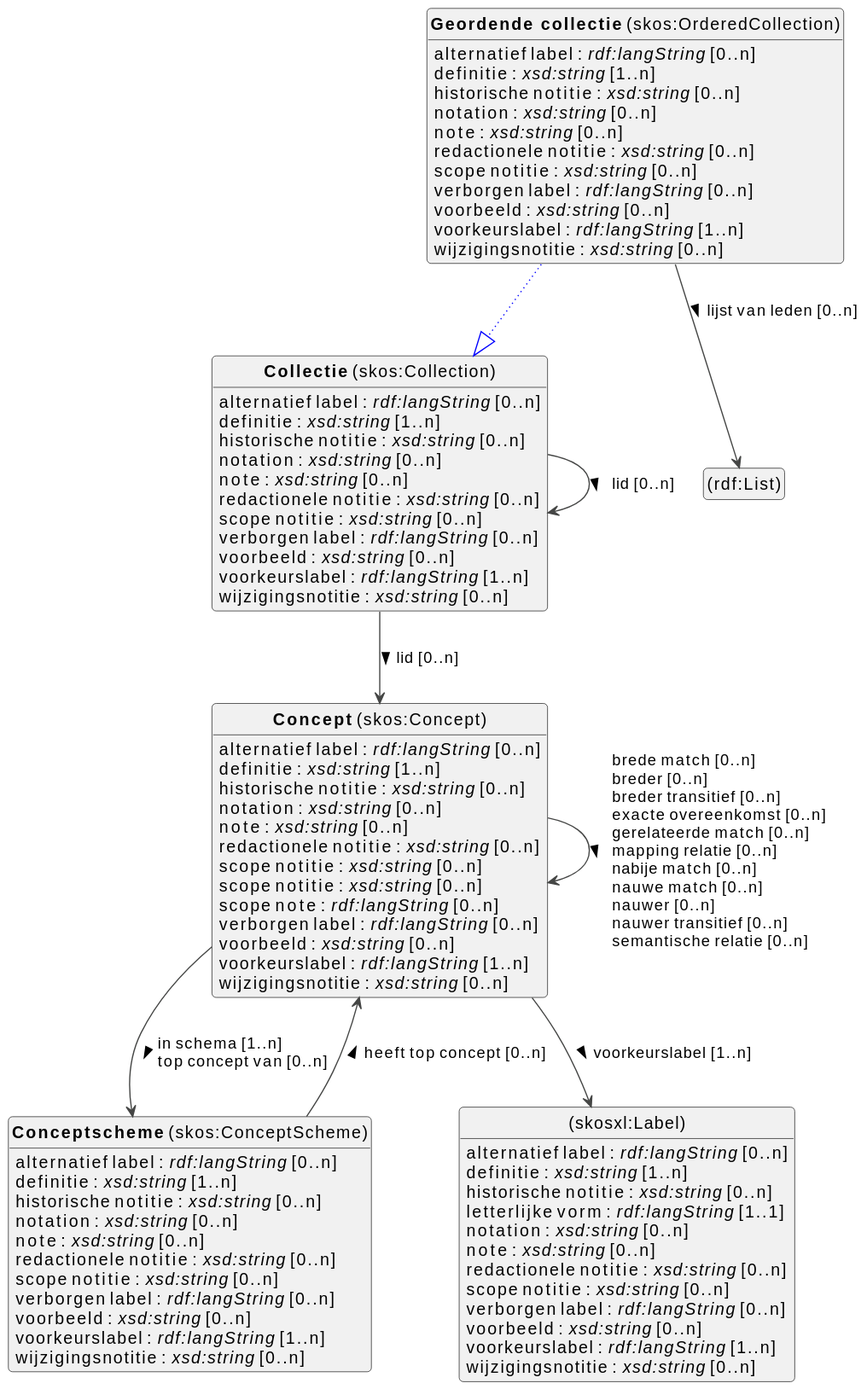
viaacode/documentation-jekyll keeps this PlantUML diagram as docs/metadata/knowledge-graph/0.0.1/thesauri/nl/thesauri-diagram.svg. Above is the earlier version. The source it was exported from:
```plantuml
@startuml
!theme vibrant
skinparam classFontSize 14
!define LIGHTORANGE
skinparam componentStyle uml2
skinparam wrapMessageWidth 1000
skinparam wrapWidth 1000
skinparam shadowing false
skinparam ArrowMessageAlignment left
top to bottom direction


class "<b>Collectie</b> (skos:Collection)" as skos_Collection [[#skos%3ACollection]]
class "<b>Geordende collectie</b> (skos:OrderedCollection)" as skos_OrderedCollection [[#skos%3AOrderedCollection]]
class "<b>Collectie</b> (skos:Collection)" as skos_Collection [[#skos%3ACollection]]
class "<b>Concept</b> (skos:Concept)" as skos_Concept [[#skos%3AConcept]]
class "<b>Conceptscheme</b> (skos:ConceptScheme)" as skos_ConceptScheme [[#skos%3AConceptScheme]]
class "(skosxl:Label)" as skosxl_Label [[#skosxl%3ALabel]]
class "(rdf:List)" as rdf_List [[#rdf%3AList]]


skos_Collection : alternatief label : <i>rdf:langString</i> [0..n]
skos_Collection : definitie : <i>xsd:string</i> [1..n]
skos_Collection : historische notitie : <i>xsd:string</i> [0..n]
skos_Collection : notation : <i>xsd:string</i> [0..n]
skos_Collection : note : <i>xsd:string</i> [0..n]
skos_Collection : redactionele notitie : <i>xsd:string</i> [0..n]
skos_Collection : scope notitie : <i>xsd:string</i> [0..n]
skos_Collection : verborgen label : <i>rdf:langString</i> [0..n]
skos_Collection : voorbeeld : <i>xsd:string</i> [0..n]
skos_Collection : voorkeurslabel : <i>rdf:langString</i> [1..n]
skos_Collection : wijzigingsnotitie : <i>xsd:string</i> [0..n]

skos_Collection --> skos_Collection :lid [0..n]  >
skos_Collection --> skos_Concept :lid [0..n]  >


skos_OrderedCollection --|> skos_Collection #blue;line.dotted;text:blue

skos_OrderedCollection : alternatief label : <i>rdf:langString</i> [0..n]
skos_OrderedCollection : definitie : <i>xsd:string</i> [1..n]
skos_OrderedCollection : historische notitie : <i>xsd:string</i> [0..n]
skos_OrderedCollection : notation : <i>xsd:string</i> [0..n]
skos_OrderedCollection : note : <i>xsd:string</i> [0..n]
skos_OrderedCollection : redactionele notitie : <i>xsd:string</i> [0..n]
skos_OrderedCollection : scope notitie : <i>xsd:string</i> [0..n]
skos_OrderedCollection : verborgen label : <i>rdf:langString</i> [0..n]
skos_OrderedCollection : voorbeeld : <i>xsd:string</i> [0..n]
skos_OrderedCollection : voorkeurslabel : <i>rdf:langString</i> [1..n]
skos_OrderedCollection : wijzigingsnotitie : <i>xsd:string</i> [0..n]
skos_OrderedCollection --> rdf_List :lijst van leden [0..n]  >




skos_Concept : alternatief label : <i>rdf:langString</i> [0..n]
skos_Concept : definitie : <i>xsd:string</i> [1..n]
skos_Concept : historische notitie : <i>xsd:string</i> [0..n]
skos_Concept : notation : <i>xsd:string</i> [0..n]
skos_Concept : note : <i>xsd:string</i> [0..n]
skos_Concept : redactionele notitie : <i>xsd:string</i> [0..n]
skos_Concept : scope notitie : <i>xsd:string</i> [0..n]
skos_Concept : scope notitie : <i>xsd:string</i> [0..n]
skos_Concept : scope note : <i>rdf:langString</i> [0..n]
skos_Concept : verborgen label : <i>rdf:langString</i> [0..n]
skos_Concept : voorbeeld : <i>xsd:string</i> [0..n]
skos_Concept : voorkeurslabel : <i>rdf:langString</i> [1..n]
skos_Concept : wijzigingsnotitie : <i>xsd:string</i> [0..n]

skos_Concept --> skos_Concept :brede match [0..n]  \lbreder [0..n]  \lbreder transitief [0..n]  \lexacte overeenkomst [0..n]  \lgerelateerde match [0..n]  \lmapping relatie [0..n]  \lnabije match [0..n]  \lnauwe match [0..n]  \lnauwer [0..n]  \lnauwer transitief [0..n]  \lsemantische relatie [0..n]  >
skos_Concept --> skos_ConceptScheme :in schema [1..n]  \ltop concept van [0..n]  >
skos_Concept --> skosxl_Label :voorkeurslabel [1..n]  >



skos_ConceptScheme : alternatief label : <i>rdf:langString</i> [0..n]
skos_ConceptScheme : definitie : <i>xsd:string</i> [1..n]
skos_ConceptScheme : historische notitie : <i>xsd:string</i> [0..n]
skos_ConceptScheme : notation : <i>xsd:string</i> [0..n]
skos_ConceptScheme : note : <i>xsd:string</i> [0..n]
skos_ConceptScheme : redactionele notitie : <i>xsd:string</i> [0..n]
skos_ConceptScheme : scope notitie : <i>xsd:string</i> [0..n]
skos_ConceptScheme : verborgen label : <i>rdf:langString</i> [0..n]
skos_ConceptScheme : voorbeeld : <i>xsd:string</i> [0..n]
skos_ConceptScheme : voorkeurslabel : <i>rdf:langString</i> [1..n]
skos_ConceptScheme : wijzigingsnotitie : <i>xsd:string</i> [0..n]

skos_ConceptScheme --> skos_Concept :heeft top concept [0..n]  >



skosxl_Label : alternatief label : <i>rdf:langString</i> [0..n]
skosxl_Label : definitie : <i>xsd:string</i> [1..n]
skosxl_Label : historische notitie : <i>xsd:string</i> [0..n]
skosxl_Label : letterlijke vorm : <i>rdf:langString</i> [1..1]
skosxl_Label : notation : <i>xsd:string</i> [0..n]
skosxl_Label : note : <i>xsd:string</i> [0..n]
skosxl_Label : redactionele notitie : <i>xsd:string</i> [0..n]
skosxl_Label : scope notitie : <i>xsd:string</i> [0..n]
skosxl_Label : verborgen label : <i>rdf:langString</i> [0..n]
skosxl_Label : voorbeeld : <i>xsd:string</i> [0..n]
skosxl_Label : voorkeurslabel : <i>rdf:langString</i> [1..n]
skosxl_Label : wijzigingsnotitie : <i>xsd:string</i> [0..n]






hide circle
hide methods
hide empty members
@enduml
```
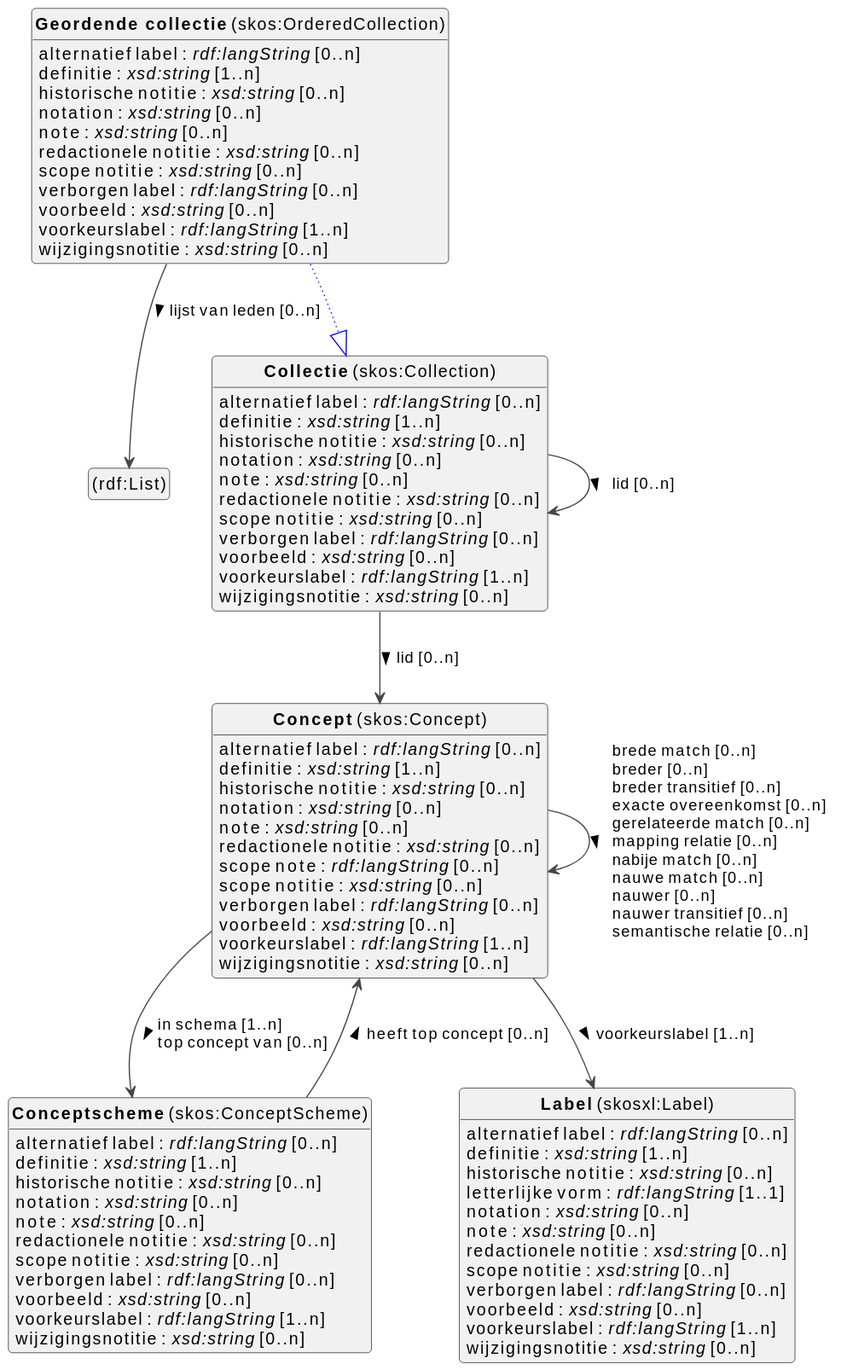
The same diagram one commit later.

Diff of the diagram source:
```diff
@@ -10,13 +10,15 @@
 top to bottom direction
 
 
-class "<b>Collectie</b> (skos:Collection)" as skos_Collection [[#skos%3ACollection]]
-class "<b>Geordende collectie</b> (skos:OrderedCollection)" as skos_OrderedCollection [[#skos%3AOrderedCollection]]
+class "(rdf:List)" as rdf_List [[#rdf%3AList]]
 class "<b>Collectie</b> (skos:Collection)" as skos_Collection [[#skos%3ACollection]]
 class "<b>Concept</b> (skos:Concept)" as skos_Concept [[#skos%3AConcept]]
 class "<b>Conceptscheme</b> (skos:ConceptScheme)" as skos_ConceptScheme [[#skos%3AConceptScheme]]
-class "(skosxl:Label)" as skosxl_Label [[#skosxl%3ALabel]]
-class "(rdf:List)" as rdf_List [[#rdf%3AList]]
+class "<b>Geordende collectie</b> (skos:OrderedCollection)" as skos_OrderedCollection [[#skos%3AOrderedCollection]]
+class "<b>Collectie</b> (skos:Collection)" as skos_Collection [[#skos%3ACollection]]
+class "<b>Label</b> (skosxl:Label)" as skosxl_Label [[#skosxl%3ALabel]]
+
+
 
 
 skos_Collection : alternatief label : <i>rdf:langString</i> [0..n]
@@ -35,23 +37,6 @@
 skos_Collection --> skos_Concept :lid [0..n]  >
 
 
-skos_OrderedCollection --|> skos_Collection #blue;line.dotted;text:blue
-
-skos_OrderedCollection : alternatief label : <i>rdf:langString</i> [0..n]
-skos_OrderedCollection : definitie : <i>xsd:string</i> [1..n]
-skos_OrderedCollection : historische notitie : <i>xsd:string</i> [0..n]
-skos_OrderedCollection : notation : <i>xsd:string</i> [0..n]
-skos_OrderedCollection : note : <i>xsd:string</i> [0..n]
-skos_OrderedCollection : redactionele notitie : <i>xsd:string</i> [0..n]
-skos_OrderedCollection : scope notitie : <i>xsd:string</i> [0..n]
-skos_OrderedCollection : verborgen label : <i>rdf:langString</i> [0..n]
-skos_OrderedCollection : voorbeeld : <i>xsd:string</i> [0..n]
-skos_OrderedCollection : voorkeurslabel : <i>rdf:langString</i> [1..n]
-skos_OrderedCollection : wijzigingsnotitie : <i>xsd:string</i> [0..n]
-skos_OrderedCollection --> rdf_List :lijst van leden [0..n]  >
-
-
-
 
 skos_Concept : alternatief label : <i>rdf:langString</i> [0..n]
 skos_Concept : definitie : <i>xsd:string</i> [1..n]
@@ -59,9 +44,8 @@
 skos_Concept : notation : <i>xsd:string</i> [0..n]
 skos_Concept : note : <i>xsd:string</i> [0..n]
 skos_Concept : redactionele notitie : <i>xsd:string</i> [0..n]
+skos_Concept : scope note : <i>rdf:langString</i> [0..n]
 skos_Concept : scope notitie : <i>xsd:string</i> [0..n]
-skos_Concept : scope notitie : <i>xsd:string</i> [0..n]
-skos_Concept : scope note : <i>rdf:langString</i> [0..n]
 skos_Concept : verborgen label : <i>rdf:langString</i> [0..n]
 skos_Concept : voorbeeld : <i>xsd:string</i> [0..n]
 skos_Concept : voorkeurslabel : <i>rdf:langString</i> [1..n]
@@ -88,6 +72,23 @@
 skos_ConceptScheme --> skos_Concept :heeft top concept [0..n]  >
 
 
+skos_OrderedCollection --|> skos_Collection #blue;line.dotted;text:blue
+
+skos_OrderedCollection : alternatief label : <i>rdf:langString</i> [0..n]
+skos_OrderedCollection : definitie : <i>xsd:string</i> [1..n]
+skos_OrderedCollection : historische notitie : <i>xsd:string</i> [0..n]
+skos_OrderedCollection : notation : <i>xsd:string</i> [0..n]
+skos_OrderedCollection : note : <i>xsd:string</i> [0..n]
+skos_OrderedCollection : redactionele notitie : <i>xsd:string</i> [0..n]
+skos_OrderedCollection : scope notitie : <i>xsd:string</i> [0..n]
+skos_OrderedCollection : verborgen label : <i>rdf:langString</i> [0..n]
+skos_OrderedCollection : voorbeeld : <i>xsd:string</i> [0..n]
+skos_OrderedCollection : voorkeurslabel : <i>rdf:langString</i> [1..n]
+skos_OrderedCollection : wijzigingsnotitie : <i>xsd:string</i> [0..n]
+skos_OrderedCollection --> rdf_List :lijst van leden [0..n]  >
+
+
+
 
 skosxl_Label : alternatief label : <i>rdf:langString</i> [0..n]
 skosxl_Label : definitie : <i>xsd:string</i> [1..n]
@@ -105,8 +106,6 @@
 
 
 
-
-
 hide circle
 hide methods
 hide empty members
```
